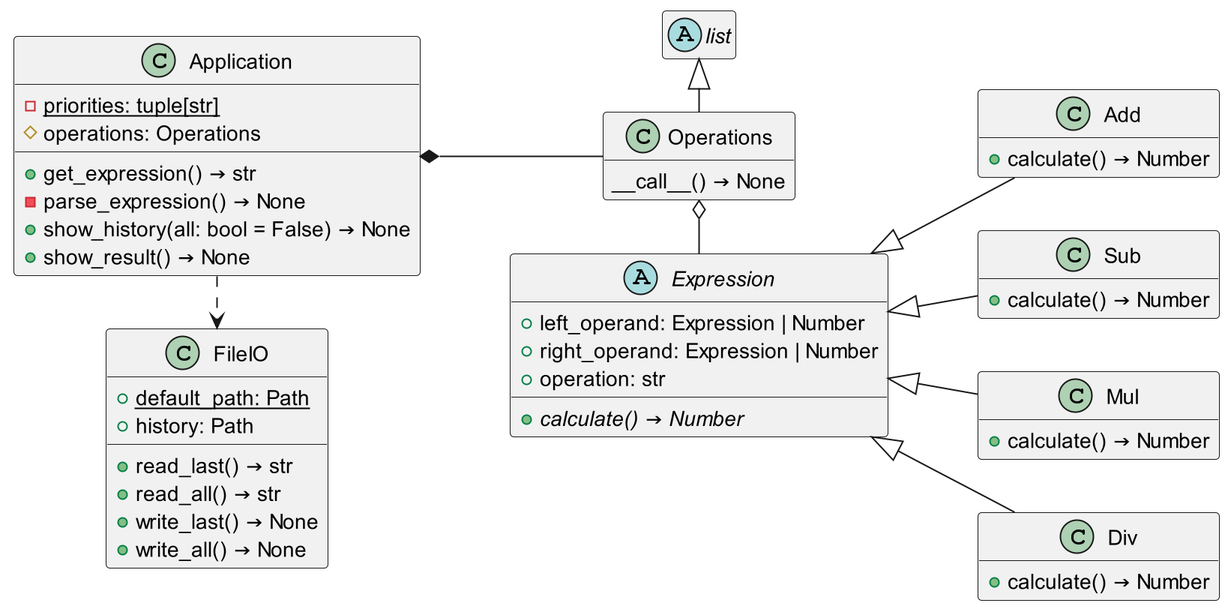
This is tests/project/docs/.raster/classes.png from TOP-Python321/_scripts, a PlantUML export, as it was before one commit.
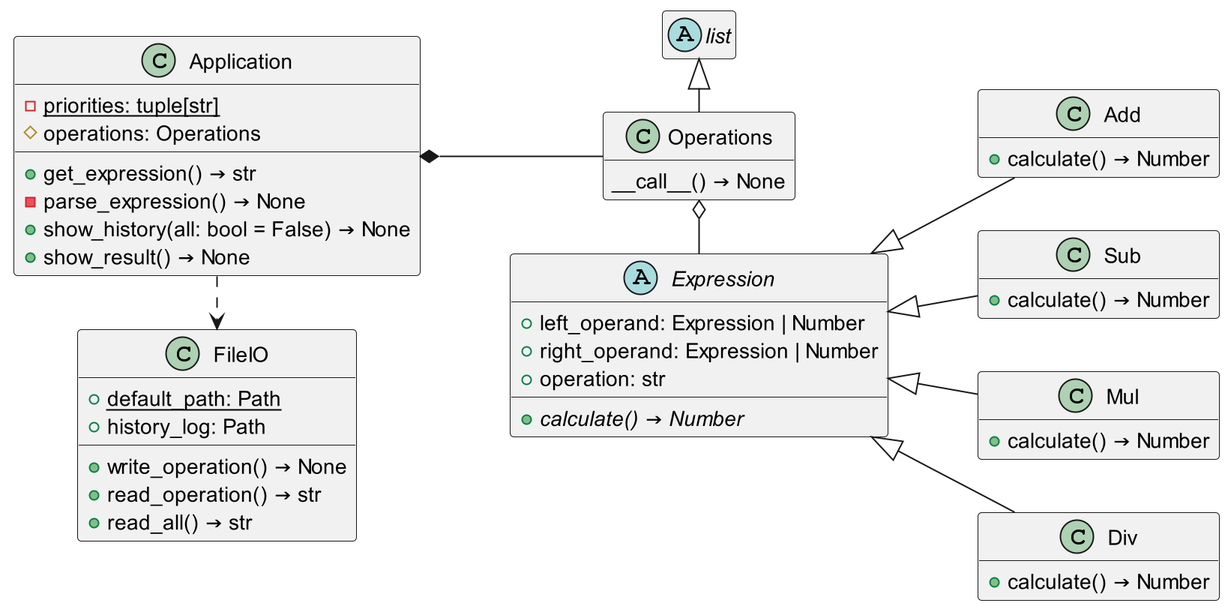
Later version of the same file.

Diff of the diagram source:
```diff
@@ -4,11 +4,10 @@
 
 class FileIO {
     +{static}default_path: Path
-    +history: Path
-    +read_last() → str
+    +history_log: Path
+    +write_operation() → None
+    +read_operation() → str
     +read_all() → str
-    +write_last() → None
-    +write_all() → None
 }
 
 abstract list
```
